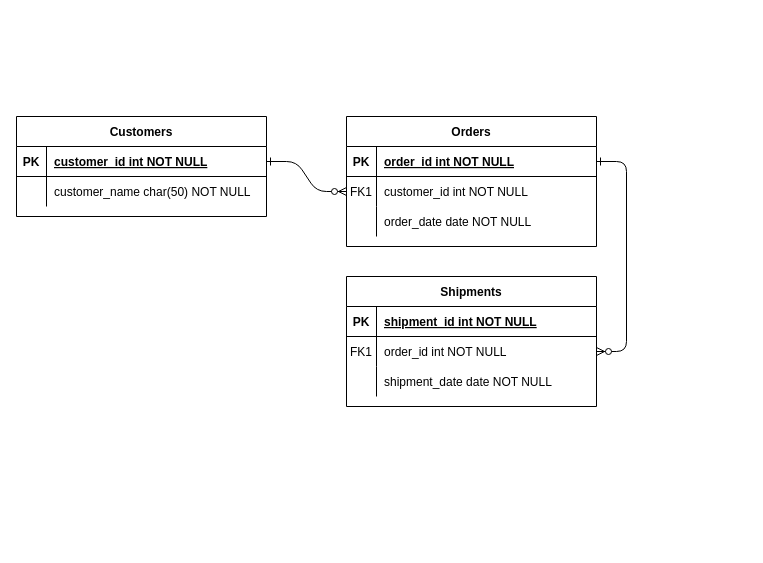
Earlier version of the draw.io diagram Untitled Diagram.drawio (saud404/backend-staging). Source tidied: cells renumbered, new cells numbered last; positions are measured from the earlier drawing's top-left corner, leaving out a move shared by most shapes. Both pictures are drawn from the tidied source at 100%, with x=0, y=0 at pixel (16, 116).
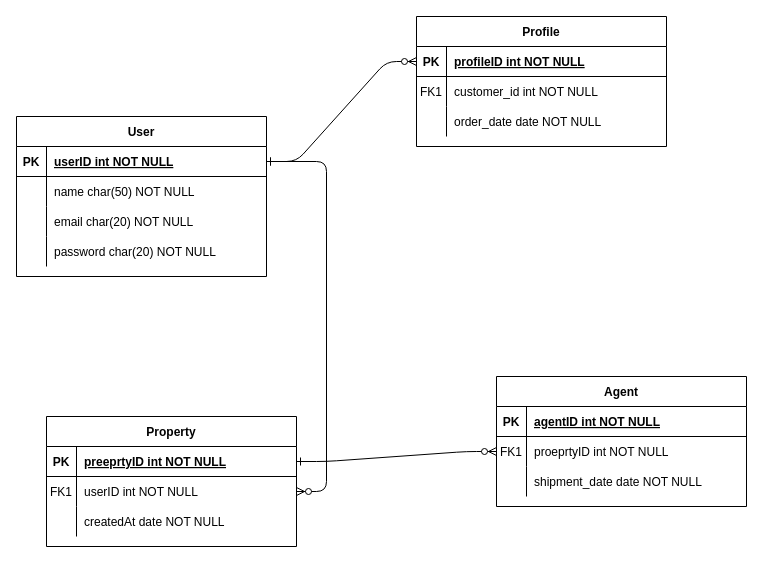
The same diagram, later.

Unchanged cells that the change refers to:
```xml
<mxCell id="5" style="shape=partialRectangle;fillColor=none;points=[[0,0.5],[1,0.5]];portConstraint=eastwest;top=0;left=0;right=0;bottom=1;" parent="4" vertex="1">
  <mxGeometry y="30" width="250" height="30" as="geometry" />
</mxCell>
<mxCell id="8" style="shape=partialRectangle;fillColor=none;points=[[0,0.5],[1,0.5]];portConstraint=eastwest;top=0;left=0;right=0;bottom=0;" parent="4" vertex="1">
  <mxGeometry y="60" width="250" height="30" as="geometry" />
</mxCell>
<mxCell id="11" style="shape=partialRectangle;fillColor=none;top=0;left=0;right=0;bottom=0;" parent="4" vertex="1">
  <mxGeometry y="90" width="250" height="30" as="geometry" />
</mxCell>
<mxCell id="15" style="shape=partialRectangle;fillColor=none;top=0;left=0;right=0;bottom=1;" parent="14" vertex="1">
  <mxGeometry y="30" width="250" height="30" as="geometry" />
</mxCell>
<mxCell id="18" style="shape=partialRectangle;fillColor=none;points=[[0,0.5],[1,0.5]];portConstraint=eastwest;top=0;left=0;right=0;bottom=0;" parent="14" vertex="1">
  <mxGeometry y="60" width="250" height="30" as="geometry" />
</mxCell>
<mxCell id="25" style="shape=partialRectangle;fillColor=none;points=[[0,0.5],[1,0.5]];portConstraint=eastwest;top=0;left=0;right=0;bottom=1;" parent="24" vertex="1">
  <mxGeometry y="30" width="250" height="30" as="geometry" />
</mxCell>
<mxCell id="28" style="shape=partialRectangle;fillColor=none;top=0;left=0;right=0;bottom=0;" parent="24" vertex="1">
  <mxGeometry y="60" width="250" height="30" as="geometry" />
</mxCell>
```

Change to the diagram source:
```diff
@@
-    <mxCell id="4" value="Orders" style="shape=table;startSize=30;childLayout=tableLayout;rowLines=0;fontStyle=1;align=center;" parent="1" vertex="1">
-      <mxGeometry x="330" width="250" height="130" as="geometry" />
+    <mxCell id="4" value="Property" style="shape=table;startSize=30;childLayout=tableLayout;rowLines=0;fontStyle=1;align=center;" parent="1" vertex="1">
+      <mxGeometry x="30" y="300" width="250" height="130" as="geometry" />
     </mxCell>
@@
-    <mxCell id="7" value="order_id int NOT NULL " style="shape=partialRectangle;overflow=hidden;fillColor=none;top=0;left=0;bottom=0;right=0;align=left;spacingLeft=6;fontStyle=5;" parent="5" vertex="1">
+    <mxCell id="7" value="preeprtyID int NOT NULL " style="shape=partialRectangle;overflow=hidden;fillColor=none;top=0;left=0;bottom=0;right=0;align=left;spacingLeft=6;fontStyle=5;" parent="5" vertex="1">
       <mxGeometry x="30" width="220" height="30" as="geometry" />
     </mxCell>
@@
-    <mxCell id="10" value="customer_id int NOT NULL" style="shape=partialRectangle;overflow=hidden;fillColor=none;top=0;left=0;bottom=0;right=0;align=left;spacingLeft=6;" parent="8" vertex="1">
+    <mxCell id="10" value="userID int NOT NULL" style="shape=partialRectangle;overflow=hidden;fillColor=none;top=0;left=0;bottom=0;right=0;align=left;spacingLeft=6;" parent="8" vertex="1">
       <mxGeometry x="30" width="220" height="30" as="geometry" />
     </mxCell>
@@
-    <mxCell id="13" value="order_date date NOT NULL" style="shape=partialRectangle;overflow=hidden;fillColor=none;top=0;left=0;bottom=0;right=0;align=left;spacingLeft=6;" parent="11" vertex="1">
+    <mxCell id="13" value="createdAt date NOT NULL" style="shape=partialRectangle;overflow=hidden;fillColor=none;top=0;left=0;bottom=0;right=0;align=left;spacingLeft=6;" parent="11" vertex="1">
       <mxGeometry x="30" width="220" height="30" as="geometry" />
     </mxCell>
-    <mxCell id="14" value="Shipments" style="shape=table;startSize=30;childLayout=tableLayout;rowLines=0;fontStyle=1;align=center;" parent="1" vertex="1">
-      <mxGeometry x="330" y="160" width="250" height="130" as="geometry" />
+    <mxCell id="14" value="Agent" style="shape=table;startSize=30;childLayout=tableLayout;rowLines=0;fontStyle=1;align=center;" parent="1" vertex="1">
+      <mxGeometry x="480" y="260" width="250" height="130" as="geometry" />
     </mxCell>
@@
-    <mxCell id="17" value="shipment_id int NOT NULL " style="shape=partialRectangle;overflow=hidden;fillColor=none;top=0;left=0;bottom=0;right=0;align=left;spacingLeft=6;fontStyle=5;" parent="15" vertex="1">
+    <mxCell id="17" value="agentID int NOT NULL " style="shape=partialRectangle;overflow=hidden;fillColor=none;top=0;left=0;bottom=0;right=0;align=left;spacingLeft=6;fontStyle=5;" parent="15" vertex="1">
       <mxGeometry x="30" width="220" height="30" as="geometry" />
     </mxCell>
@@
-    <mxCell id="20" value="order_id int NOT NULL" style="shape=partialRectangle;overflow=hidden;fillColor=none;top=0;left=0;bottom=0;right=0;align=left;spacingLeft=6;" parent="18" vertex="1">
+    <mxCell id="20" value="proeprtyID int NOT NULL" style="shape=partialRectangle;overflow=hidden;fillColor=none;top=0;left=0;bottom=0;right=0;align=left;spacingLeft=6;" parent="18" vertex="1">
       <mxGeometry x="30" width="220" height="30" as="geometry" />
     </mxCell>
@@
-    <mxCell id="24" value="Customers" style="shape=table;startSize=30;childLayout=tableLayout;rowLines=0;fontStyle=1;align=center;" parent="1" vertex="1">
-      <mxGeometry width="250" height="100" as="geometry" />
+    <mxCell id="24" value="User" style="shape=table;startSize=30;childLayout=tableLayout;rowLines=0;fontStyle=1;align=center;" parent="1" vertex="1">
+      <mxGeometry width="250" height="160" as="geometry" />
     </mxCell>
@@
-    <mxCell id="27" value="customer_id int NOT NULL " style="shape=partialRectangle;overflow=hidden;fillColor=none;top=0;left=0;bottom=0;right=0;align=left;spacingLeft=6;fontStyle=5;" parent="25" vertex="1">
+    <mxCell id="27" value="userID int NOT NULL " style="shape=partialRectangle;overflow=hidden;fillColor=none;top=0;left=0;bottom=0;right=0;align=left;spacingLeft=6;fontStyle=5;" parent="25" vertex="1">
       <mxGeometry x="30" width="220" height="30" as="geometry" />
     </mxCell>
@@
-    <mxCell id="30" value="customer_name char(50) NOT NULL" style="shape=partialRectangle;overflow=hidden;fillColor=none;top=0;left=0;bottom=0;right=0;align=left;spacingLeft=6;" parent="28" vertex="1">
+    <mxCell id="30" value="name char(50) NOT NULL" style="shape=partialRectangle;overflow=hidden;fillColor=none;top=0;left=0;bottom=0;right=0;align=left;spacingLeft=6;" parent="28" vertex="1">
       <mxGeometry x="30" width="220" height="30" as="geometry" />
     </mxCell>
+    <mxCell id="31" style="shape=partialRectangle;fillColor=none;top=0;left=0;right=0;bottom=0;" parent="24" vertex="1">
+      <mxGeometry y="90" width="250" height="30" as="geometry" />
+    </mxCell>
+    <mxCell id="32" style="shape=partialRectangle;overflow=hidden;fillColor=none;top=0;left=0;bottom=0;right=0;" parent="31" vertex="1">
+      <mxGeometry width="30" height="30" as="geometry" />
+    </mxCell>
+    <mxCell id="33" value="email char(20) NOT NULL" style="shape=partialRectangle;overflow=hidden;fillColor=none;top=0;left=0;bottom=0;right=0;align=left;spacingLeft=6;" parent="31" vertex="1">
+      <mxGeometry x="30" width="220" height="30" as="geometry" />
+    </mxCell>
+    <mxCell id="34" style="shape=partialRectangle;fillColor=none;top=0;left=0;right=0;bottom=0;" parent="24" vertex="1">
+      <mxGeometry y="120" width="250" height="30" as="geometry" />
+    </mxCell>
+    <mxCell id="35" style="shape=partialRectangle;overflow=hidden;fillColor=none;top=0;left=0;bottom=0;right=0;" parent="34" vertex="1">
+      <mxGeometry width="30" height="30" as="geometry" />
+    </mxCell>
+    <mxCell id="36" value="password char(20) NOT NULL" style="shape=partialRectangle;overflow=hidden;fillColor=none;top=0;left=0;bottom=0;right=0;align=left;spacingLeft=6;" parent="34" vertex="1">
+      <mxGeometry x="30" width="220" height="30" as="geometry" />
+    </mxCell>
+    <mxCell id="37" value="Profile" style="shape=table;startSize=30;childLayout=tableLayout;rowLines=0;fontStyle=1;align=center;" parent="1" vertex="1">
+      <mxGeometry x="400" y="-100" width="250" height="130" as="geometry" />
+    </mxCell>
+    <mxCell id="38" style="shape=partialRectangle;fillColor=none;points=[[0,0.5],[1,0.5]];portConstraint=eastwest;top=0;left=0;right=0;bottom=1;" parent="37" vertex="1">
+      <mxGeometry y="30" width="250" height="30" as="geometry" />
+    </mxCell>
+    <mxCell id="39" value="PK" style="shape=partialRectangle;overflow=hidden;fillColor=none;top=0;left=0;bottom=0;right=0;fontStyle=1;" parent="38" vertex="1">
+      <mxGeometry width="30" height="30" as="geometry" />
+    </mxCell>
+    <mxCell id="40" value="profileID int NOT NULL " style="shape=partialRectangle;overflow=hidden;fillColor=none;top=0;left=0;bottom=0;right=0;align=left;spacingLeft=6;fontStyle=5;" parent="38" vertex="1">
+      <mxGeometry x="30" width="220" height="30" as="geometry" />
+    </mxCell>
+    <mxCell id="41" style="shape=partialRectangle;fillColor=none;top=0;left=0;right=0;bottom=0;" parent="37" vertex="1">
+      <mxGeometry y="60" width="250" height="30" as="geometry" />
+    </mxCell>
+    <mxCell id="42" value="FK1" style="shape=partialRectangle;overflow=hidden;fillColor=none;top=0;left=0;bottom=0;right=0;" parent="41" vertex="1">
+      <mxGeometry width="30" height="30" as="geometry" />
+    </mxCell>
+    <mxCell id="43" value="customer_id int NOT NULL" style="shape=partialRectangle;overflow=hidden;fillColor=none;top=0;left=0;bottom=0;right=0;align=left;spacingLeft=6;" parent="41" vertex="1">
+      <mxGeometry x="30" width="220" height="30" as="geometry" />
+    </mxCell>
+    <mxCell id="44" style="shape=partialRectangle;fillColor=none;top=0;left=0;right=0;bottom=0;" parent="37" vertex="1">
+      <mxGeometry y="90" width="250" height="30" as="geometry" />
+    </mxCell>
+    <mxCell id="45" style="shape=partialRectangle;overflow=hidden;fillColor=none;top=0;left=0;bottom=0;right=0;" parent="44" vertex="1">
+      <mxGeometry width="30" height="30" as="geometry" />
+    </mxCell>
+    <mxCell id="46" value="order_date date NOT NULL" style="shape=partialRectangle;overflow=hidden;fillColor=none;top=0;left=0;bottom=0;right=0;align=left;spacingLeft=6;" parent="44" vertex="1">
+      <mxGeometry x="30" width="220" height="30" as="geometry" />
+    </mxCell>
+    <mxCell id="47" style="edgeStyle=entityRelationEdgeStyle;endArrow=ERzeroToMany;startArrow=ERone;endFill=1;startFill=0;exitX=1;exitY=0.5;exitDx=0;exitDy=0;entryX=0;entryY=0.5;entryDx=0;entryDy=0;" parent="1" edge="1" source="25" target="38">
+      <mxGeometry relative="1" as="geometry" />
+    </mxCell>
```
